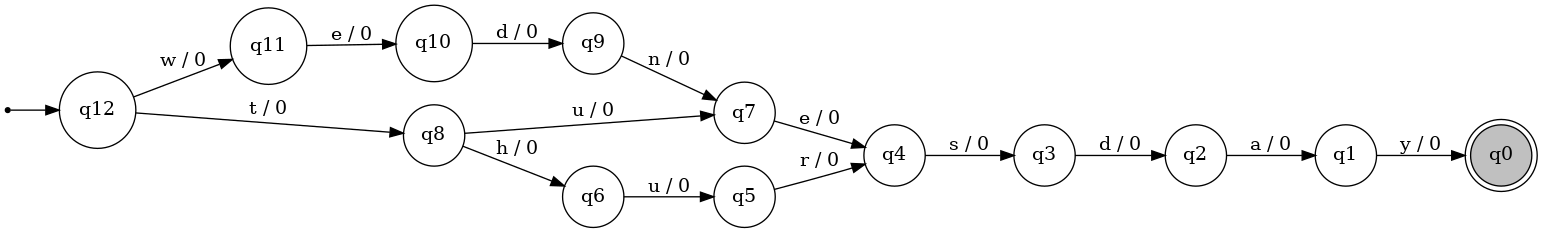
This is graphs/poc_mast.png from lucasll37/CTC-34, a Graphviz export, as it was before one commit. Its source is kept beside it as graphs/graphViz/poc_mast.dot.
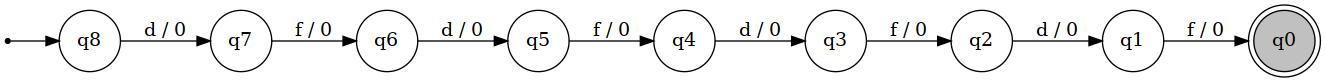
After the change.

What changed in the source:
```diff
@@ -2,34 +2,24 @@
 rankdir=LR;
 node [shape=circle];
 ini [shape=point];
-ini -> q12;
-	q12 [label="q12"];
-	q10 [label="q10"];
+ini -> q8;
+	q8 [label="q8"];
 	q7 [label="q7"];
+	q6 [label="q6"];
 	q5 [label="q5"];
-	q11 [label="q11"];
 	q4 [label="q4"];
-	q6 [label="q6"];
 	q3 [label="q3"];
-	q9 [label="q9"];
-	q8 [label="q8"];
 	q2 [label="q2"];
 	q1 [label="q1"];
 	q0 [label="q0"];
 	q0 [shape=doublecircle];
 	q0 [style=filled fillcolor=gray];
-	q12 -> q8 [label="t / 0"];
-	q12 -> q11 [label="w / 0"];
-	q10 -> q9 [label="d / 0"];
-	q7 -> q4 [label="e / 0"];
-	q5 -> q4 [label="r / 0"];
-	q11 -> q10 [label="e / 0"];
-	q4 -> q3 [label="s / 0"];
-	q6 -> q5 [label="u / 0"];
-	q3 -> q2 [label="d / 0"];
-	q9 -> q7 [label="n / 0"];
-	q8 -> q6 [label="h / 0"];
-	q8 -> q7 [label="u / 0"];
-	q2 -> q1 [label="a / 0"];
-	q1 -> q0 [label="y / 0"];
+	q8 -> q7 [label="d / 0"];
+	q7 -> q6 [label="f / 0"];
+	q6 -> q5 [label="d / 0"];
+	q5 -> q4 [label="f / 0"];
+	q4 -> q3 [label="d / 0"];
+	q3 -> q2 [label="f / 0"];
+	q2 -> q1 [label="d / 0"];
+	q1 -> q0 [label="f / 0"];
 }
```
